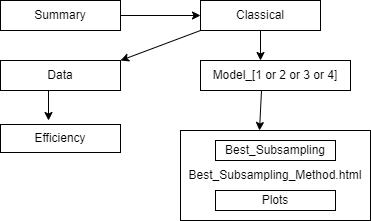
The draw.io diagram Images/Summary.png in Amalan-ConStat/RS_OS_MROS_LR_TwoVar_Exponential, before a commit. Source tidied: cells renumbered, new cells last; positions are measured from the earlier drawing's top-left corner, leaving out a move shared by most shapes. Its diagram source:
```xml
<mxGraphModel>
  <root>
    <mxCell id="0" />
    <mxCell id="1" parent="0" />
    <mxCell id="2" value="Best_Subsampling_Method.html" style="rounded=0;whiteSpace=wrap;html=1;" parent="1" vertex="1">
      <mxGeometry x="180" y="130" width="190" height="90" as="geometry" />
    </mxCell>
    <mxCell id="3" value="Summary" style="rounded=0;whiteSpace=wrap;html=1;" parent="1" vertex="1">
      <mxGeometry width="120" height="30" as="geometry" />
    </mxCell>
    <mxCell id="4" value="Classical" style="rounded=0;whiteSpace=wrap;html=1;" parent="1" vertex="1">
      <mxGeometry x="200" width="120" height="30" as="geometry" />
    </mxCell>
    <mxCell id="5" value="Model_[1 or 2 or&amp;nbsp;3 or 4]" style="rounded=0;whiteSpace=wrap;html=1;" parent="1" vertex="1">
      <mxGeometry x="200" y="60" width="150" height="30" as="geometry" />
    </mxCell>
    <mxCell id="6" value="Best_Subsampling" style="rounded=0;whiteSpace=wrap;html=1;" parent="1" vertex="1">
      <mxGeometry x="215" y="140" width="120" height="20" as="geometry" />
    </mxCell>
    <mxCell id="7" value="Plots" style="rounded=0;whiteSpace=wrap;html=1;" parent="1" vertex="1">
      <mxGeometry x="215" y="190" width="120" height="20" as="geometry" />
    </mxCell>
    <mxCell id="8" value="Data" style="rounded=0;whiteSpace=wrap;html=1;" parent="1" vertex="1">
      <mxGeometry y="60" width="120" height="30" as="geometry" />
    </mxCell>
    <mxCell id="9" value="Efficiency" style="rounded=0;whiteSpace=wrap;html=1;" parent="1" vertex="1">
      <mxGeometry y="124" width="120" height="28" as="geometry" />
    </mxCell>
    <mxCell id="10" style="endArrow=classic;html=1;entryX=0;entryY=0.5;entryDx=0;entryDy=0;" parent="1" edge="1" target="4">
      <mxGeometry relative="1" as="geometry">
        <mxPoint x="120" y="15" as="sourcePoint" />
      </mxGeometry>
    </mxCell>
    <mxCell id="11" style="endArrow=classic;html=1;" parent="1" edge="1">
      <mxGeometry relative="1" as="geometry">
        <mxPoint x="260" y="30" as="sourcePoint" />
        <mxPoint x="260" y="60" as="targetPoint" />
      </mxGeometry>
    </mxCell>
    <mxCell id="12" style="endArrow=classic;html=1;" parent="1" edge="1">
      <mxGeometry relative="1" as="geometry">
        <mxPoint x="261" y="90" as="sourcePoint" />
        <mxPoint x="259" y="130" as="targetPoint" />
      </mxGeometry>
    </mxCell>
    <mxCell id="13" style="endArrow=classic;html=1;" parent="1" edge="1">
      <mxGeometry relative="1" as="geometry">
        <mxPoint x="48" y="90" as="sourcePoint" />
        <mxPoint x="48" y="120" as="targetPoint" />
      </mxGeometry>
    </mxCell>
    <mxCell id="14" style="endArrow=classic;html=1;entryX=1;entryY=0;entryDx=0;entryDy=0;exitX=0;exitY=1;exitDx=0;exitDy=0;" parent="1" edge="1" source="4" target="8">
      <mxGeometry relative="1" as="geometry" />
    </mxCell>
  </root>
</mxGraphModel>
```
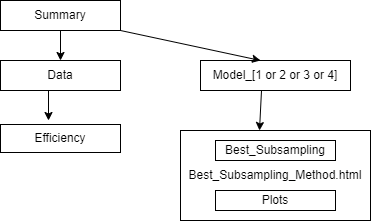
After the commit.

The edit, as a diff of the source:
```diff
@@ -8,9 +8,6 @@
     <mxCell id="3" value="Summary" style="rounded=0;whiteSpace=wrap;html=1;" parent="1" vertex="1">
       <mxGeometry width="120" height="30" as="geometry" />
     </mxCell>
-    <mxCell id="4" value="Classical" style="rounded=0;whiteSpace=wrap;html=1;" parent="1" vertex="1">
-      <mxGeometry x="200" width="120" height="30" as="geometry" />
-    </mxCell>
     <mxCell id="5" value="Model_[1 or 2 or&amp;nbsp;3 or 4]" style="rounded=0;whiteSpace=wrap;html=1;" parent="1" vertex="1">
       <mxGeometry x="200" y="60" width="150" height="30" as="geometry" />
     </mxCell>
@@ -26,14 +23,8 @@
     <mxCell id="9" value="Efficiency" style="rounded=0;whiteSpace=wrap;html=1;" parent="1" vertex="1">
       <mxGeometry y="124" width="120" height="28" as="geometry" />
     </mxCell>
-    <mxCell id="10" style="endArrow=classic;html=1;entryX=0;entryY=0.5;entryDx=0;entryDy=0;" parent="1" edge="1" target="4">
-      <mxGeometry relative="1" as="geometry">
-        <mxPoint x="120" y="15" as="sourcePoint" />
-      </mxGeometry>
-    </mxCell>
-    <mxCell id="11" style="endArrow=classic;html=1;" parent="1" edge="1">
+    <mxCell id="11" style="endArrow=classic;html=1;exitX=1;exitY=1;exitDx=0;exitDy=0;" parent="1" edge="1" source="3">
       <mxGeometry relative="1" as="geometry">
-        <mxPoint x="260" y="30" as="sourcePoint" />
         <mxPoint x="260" y="60" as="targetPoint" />
       </mxGeometry>
     </mxCell>
@@ -49,7 +40,7 @@
         <mxPoint x="48" y="120" as="targetPoint" />
       </mxGeometry>
     </mxCell>
-    <mxCell id="14" style="endArrow=classic;html=1;entryX=1;entryY=0;entryDx=0;entryDy=0;exitX=0;exitY=1;exitDx=0;exitDy=0;" parent="1" edge="1" source="4" target="8">
+    <mxCell id="14" style="endArrow=classic;html=1;entryX=0.5;entryY=0;entryDx=0;entryDy=0;exitX=0.5;exitY=1;exitDx=0;exitDy=0;" parent="1" edge="1" source="3" target="8">
       <mxGeometry relative="1" as="geometry" />
     </mxCell>
   </root>
```
